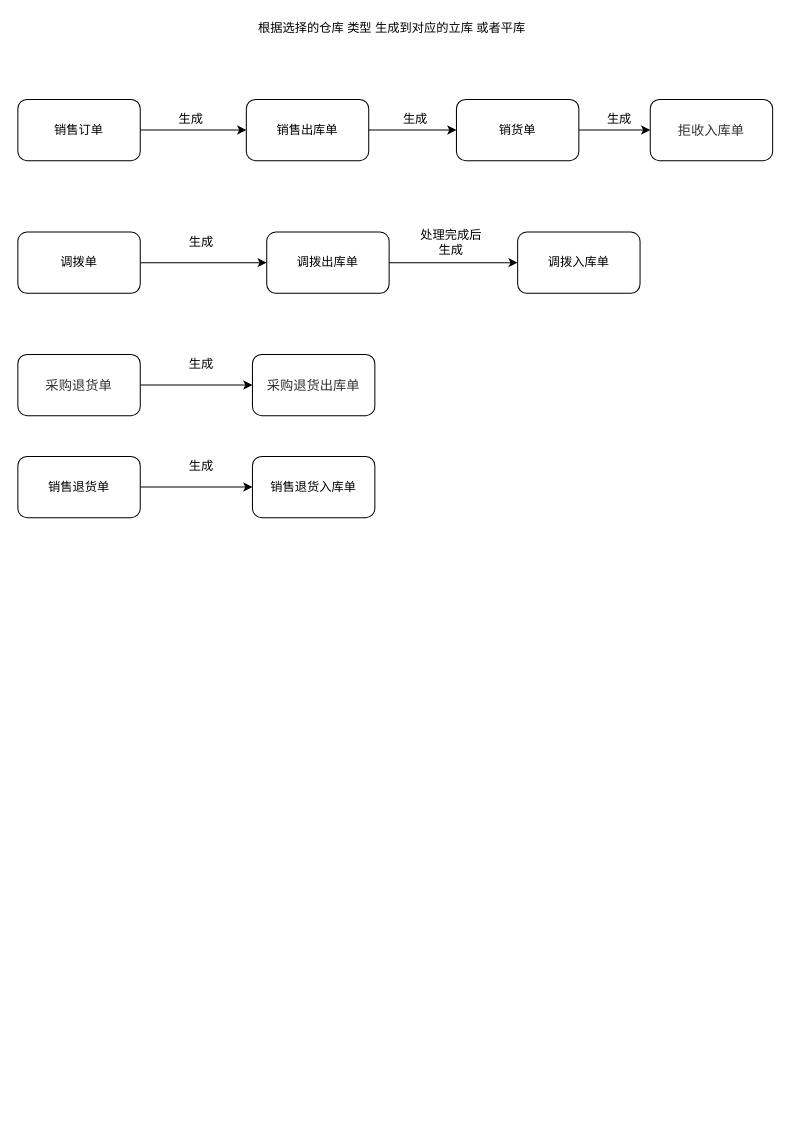
Before: Untitled Diagram.drawio in ywspace/vs, a draw.io diagram. Source tidied: cells renumbered, new cells numbered last; positions are measured from the earlier drawing's top-left corner, leaving out a move shared by most shapes. Both pictures are drawn from the tidied source at 102%, with x=0, y=0 at pixel (17, 17).
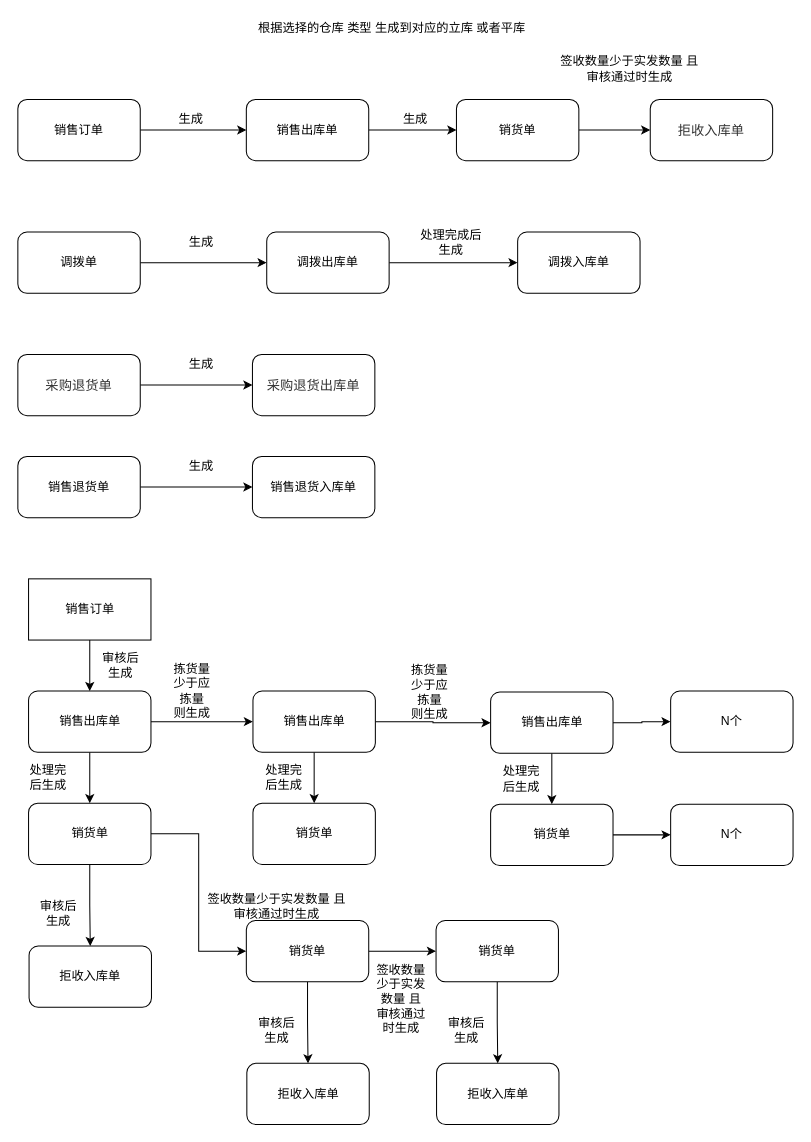
Above is the later version.

Change to the diagram source:
```diff
@@
-    <mxCell id="11" value="生成" style="text;html=1;strokeColor=none;fillColor=none;align=center;verticalAlign=middle;whiteSpace=wrap;rounded=0;" parent="1" vertex="1">
-      <mxGeometry x="570" y="90" width="40" height="20" as="geometry" />
-    </mxCell>
@@
+    <mxCell id="28" value="签收数量少于实发数量 且审核通过时生成" style="text;html=1;strokeColor=none;fillColor=none;align=center;verticalAlign=middle;whiteSpace=wrap;rounded=0;" parent="1" vertex="1">
+      <mxGeometry x="530" y="20" width="140" height="60" as="geometry" />
+    </mxCell>
+    <mxCell id="29" style="edgeStyle=orthogonalEdgeStyle;rounded=0;jettySize=auto;html=1;exitX=0.5;exitY=1;exitDx=0;exitDy=0;entryX=0.5;entryY=0;entryDx=0;entryDy=0;" parent="1" edge="1" source="30" target="33">
+      <mxGeometry relative="1" as="geometry" />
+    </mxCell>
+    <mxCell id="30" value="销售订单" style="rounded=0;whiteSpace=wrap;html=1;" parent="1" vertex="1">
+      <mxGeometry x="10.5" y="550" width="120" height="60" as="geometry" />
+    </mxCell>
+    <mxCell id="31" style="edgeStyle=orthogonalEdgeStyle;rounded=0;jettySize=auto;html=1;exitX=0.5;exitY=1;exitDx=0;exitDy=0;" parent="1" edge="1" source="33" target="37">
+      <mxGeometry relative="1" as="geometry" />
+    </mxCell>
+    <mxCell id="32" style="edgeStyle=orthogonalEdgeStyle;rounded=0;jettySize=auto;html=1;exitX=1;exitY=0.5;exitDx=0;exitDy=0;" parent="1" edge="1" source="33" target="41">
+      <mxGeometry relative="1" as="geometry" />
+    </mxCell>
+    <mxCell id="33" value="销售出库单" style="rounded=1;whiteSpace=wrap;html=1;" parent="1" vertex="1">
+      <mxGeometry x="10.5" y="660" width="120" height="60" as="geometry" />
+    </mxCell>
+    <mxCell id="34" value="审核后生成" style="text;html=1;strokeColor=none;fillColor=none;align=center;verticalAlign=middle;whiteSpace=wrap;rounded=0;" parent="1" vertex="1">
+      <mxGeometry x="80.5" y="625" width="40" height="20" as="geometry" />
+    </mxCell>
+    <mxCell id="35" style="edgeStyle=orthogonalEdgeStyle;rounded=0;jettySize=auto;html=1;exitX=0.5;exitY=1;exitDx=0;exitDy=0;entryX=0.5;entryY=0;entryDx=0;entryDy=0;" parent="1" edge="1" source="37" target="54">
+      <mxGeometry relative="1" as="geometry" />
+    </mxCell>
+    <mxCell id="36" style="edgeStyle=orthogonalEdgeStyle;rounded=0;jettySize=auto;html=1;exitX=1;exitY=0.5;exitDx=0;exitDy=0;entryX=0;entryY=0.5;entryDx=0;entryDy=0;" parent="1" edge="1" source="37" target="58">
+      <mxGeometry relative="1" as="geometry" />
+    </mxCell>
+    <mxCell id="37" value="销货单" style="rounded=1;whiteSpace=wrap;html=1;" parent="1" vertex="1">
+      <mxGeometry x="10.5" y="770" width="120" height="60" as="geometry" />
+    </mxCell>
+    <mxCell id="38" value="处理完后生成" style="text;html=1;strokeColor=none;fillColor=none;align=center;verticalAlign=middle;whiteSpace=wrap;rounded=0;" parent="1" vertex="1">
+      <mxGeometry x="9.5" y="735" width="40" height="20" as="geometry" />
+    </mxCell>
+    <mxCell id="39" style="edgeStyle=orthogonalEdgeStyle;rounded=0;jettySize=auto;html=1;exitX=0.5;exitY=1;exitDx=0;exitDy=0;entryX=0.5;entryY=0;entryDx=0;entryDy=0;" parent="1" edge="1" source="41" target="43">
+      <mxGeometry relative="1" as="geometry" />
+    </mxCell>
+    <mxCell id="40" style="edgeStyle=orthogonalEdgeStyle;rounded=0;jettySize=auto;html=1;" parent="1" edge="1" source="41" target="47">
+      <mxGeometry relative="1" as="geometry" />
+    </mxCell>
+    <mxCell id="41" value="销售出库单" style="rounded=1;whiteSpace=wrap;html=1;" parent="1" vertex="1">
+      <mxGeometry x="230.5" y="660" width="120" height="60" as="geometry" />
+    </mxCell>
+    <mxCell id="42" value="拣货量少于应拣量 则生成" style="text;html=1;strokeColor=none;fillColor=none;align=center;verticalAlign=middle;whiteSpace=wrap;rounded=0;" parent="1" vertex="1">
+      <mxGeometry x="150.5" y="650" width="40" height="20" as="geometry" />
+    </mxCell>
+    <mxCell id="43" value="销货单" style="rounded=1;whiteSpace=wrap;html=1;" parent="1" vertex="1">
+      <mxGeometry x="230.5" y="770" width="120" height="60" as="geometry" />
+    </mxCell>
+    <mxCell id="44" value="处理完后生成" style="text;html=1;strokeColor=none;fillColor=none;align=center;verticalAlign=middle;whiteSpace=wrap;rounded=0;" parent="1" vertex="1">
+      <mxGeometry x="240.5" y="735" width="40" height="20" as="geometry" />
+    </mxCell>
+    <mxCell id="45" style="edgeStyle=orthogonalEdgeStyle;rounded=0;jettySize=auto;html=1;exitX=0.5;exitY=1;exitDx=0;exitDy=0;entryX=0.5;entryY=0;entryDx=0;entryDy=0;" parent="1" edge="1" source="47" target="50">
+      <mxGeometry relative="1" as="geometry" />
+    </mxCell>
+    <mxCell id="46" style="edgeStyle=orthogonalEdgeStyle;rounded=0;jettySize=auto;html=1;exitX=1;exitY=0.5;exitDx=0;exitDy=0;entryX=0;entryY=0.5;entryDx=0;entryDy=0;" parent="1" edge="1" source="47" target="52">
+      <mxGeometry relative="1" as="geometry" />
+    </mxCell>
+    <mxCell id="47" value="销售出库单" style="rounded=1;whiteSpace=wrap;html=1;" parent="1" vertex="1">
+      <mxGeometry x="463.5" y="661" width="120" height="60" as="geometry" />
+    </mxCell>
+    <mxCell id="48" value="拣货量少于应拣量 则生成" style="text;html=1;strokeColor=none;fillColor=none;align=center;verticalAlign=middle;whiteSpace=wrap;rounded=0;" parent="1" vertex="1">
+      <mxGeometry x="383.5" y="651" width="40" height="20" as="geometry" />
+    </mxCell>
+    <mxCell id="49" style="edgeStyle=orthogonalEdgeStyle;rounded=0;jettySize=auto;html=1;exitX=1;exitY=0.5;exitDx=0;exitDy=0;" parent="1" edge="1" source="50" target="53">
+      <mxGeometry relative="1" as="geometry" />
+    </mxCell>
+    <mxCell id="50" value="销货单" style="rounded=1;whiteSpace=wrap;html=1;" parent="1" vertex="1">
+      <mxGeometry x="463.5" y="771" width="120" height="60" as="geometry" />
+    </mxCell>
+    <mxCell id="51" value="处理完后生成" style="text;html=1;strokeColor=none;fillColor=none;align=center;verticalAlign=middle;whiteSpace=wrap;rounded=0;" parent="1" vertex="1">
+      <mxGeometry x="473.5" y="736" width="40" height="20" as="geometry" />
+    </mxCell>
+    <mxCell id="52" value="N个" style="rounded=1;whiteSpace=wrap;html=1;" parent="1" vertex="1">
+      <mxGeometry x="640" y="660" width="120" height="60" as="geometry" />
+    </mxCell>
+    <mxCell id="53" value="N个" style="rounded=1;whiteSpace=wrap;html=1;" parent="1" vertex="1">
+      <mxGeometry x="640" y="771" width="120" height="60" as="geometry" />
+    </mxCell>
+    <mxCell id="54" value="拒收入库单" style="rounded=1;whiteSpace=wrap;html=1;" parent="1" vertex="1">
+      <mxGeometry x="11" y="910" width="120" height="60" as="geometry" />
+    </mxCell>
+    <mxCell id="55" value="审核后生成" style="text;html=1;strokeColor=none;fillColor=none;align=center;verticalAlign=middle;whiteSpace=wrap;rounded=0;" parent="1" vertex="1">
+      <mxGeometry x="20" y="870" width="40" height="15" as="geometry" />
+    </mxCell>
+    <mxCell id="56" style="edgeStyle=orthogonalEdgeStyle;rounded=0;jettySize=auto;html=1;exitX=0.5;exitY=1;exitDx=0;exitDy=0;entryX=0.5;entryY=0;entryDx=0;entryDy=0;" parent="1" edge="1" source="58" target="59">
+      <mxGeometry relative="1" as="geometry" />
+    </mxCell>
+    <mxCell id="57" style="edgeStyle=orthogonalEdgeStyle;rounded=0;jettySize=auto;html=1;exitX=1;exitY=0.5;exitDx=0;exitDy=0;entryX=0;entryY=0.5;entryDx=0;entryDy=0;" parent="1" edge="1" source="58" target="63">
+      <mxGeometry relative="1" as="geometry" />
+    </mxCell>
+    <mxCell id="58" value="销货单" style="rounded=1;whiteSpace=wrap;html=1;" parent="1" vertex="1">
+      <mxGeometry x="224" y="885" width="120" height="60" as="geometry" />
+    </mxCell>
+    <mxCell id="59" value="拒收入库单" style="rounded=1;whiteSpace=wrap;html=1;" parent="1" vertex="1">
+      <mxGeometry x="224.5" y="1025" width="120" height="60" as="geometry" />
+    </mxCell>
+    <mxCell id="60" value="审核后生成" style="text;html=1;strokeColor=none;fillColor=none;align=center;verticalAlign=middle;whiteSpace=wrap;rounded=0;" parent="1" vertex="1">
+      <mxGeometry x="233.5" y="985" width="40" height="15" as="geometry" />
+    </mxCell>
+    <mxCell id="61" value="签收数量少于实发数量 且审核通过时生成" style="text;html=1;strokeColor=none;fillColor=none;align=center;verticalAlign=middle;whiteSpace=wrap;rounded=0;" parent="1" vertex="1">
+      <mxGeometry x="183.5" y="850" width="140" height="41" as="geometry" />
+    </mxCell>
+    <mxCell id="62" style="edgeStyle=orthogonalEdgeStyle;rounded=0;jettySize=auto;html=1;exitX=0.5;exitY=1;exitDx=0;exitDy=0;entryX=0.5;entryY=0;entryDx=0;entryDy=0;" parent="1" edge="1" source="63" target="64">
+      <mxGeometry relative="1" as="geometry" />
+    </mxCell>
+    <mxCell id="63" value="销货单" style="rounded=1;whiteSpace=wrap;html=1;" parent="1" vertex="1">
+      <mxGeometry x="410" y="885" width="120" height="60" as="geometry" />
+    </mxCell>
+    <mxCell id="64" value="拒收入库单" style="rounded=1;whiteSpace=wrap;html=1;" parent="1" vertex="1">
+      <mxGeometry x="410.5" y="1025" width="120" height="60" as="geometry" />
+    </mxCell>
+    <mxCell id="65" value="审核后生成" style="text;html=1;strokeColor=none;fillColor=none;align=center;verticalAlign=middle;whiteSpace=wrap;rounded=0;" parent="1" vertex="1">
+      <mxGeometry x="419.5" y="985" width="40" height="15" as="geometry" />
+    </mxCell>
+    <mxCell id="66" value="签收数量少于实发数量 且审核通过时生成" style="text;html=1;strokeColor=none;fillColor=none;align=center;verticalAlign=middle;whiteSpace=wrap;rounded=0;" parent="1" vertex="1">
+      <mxGeometry x="350.5" y="899" width="50" height="126" as="geometry" />
+    </mxCell>
```
